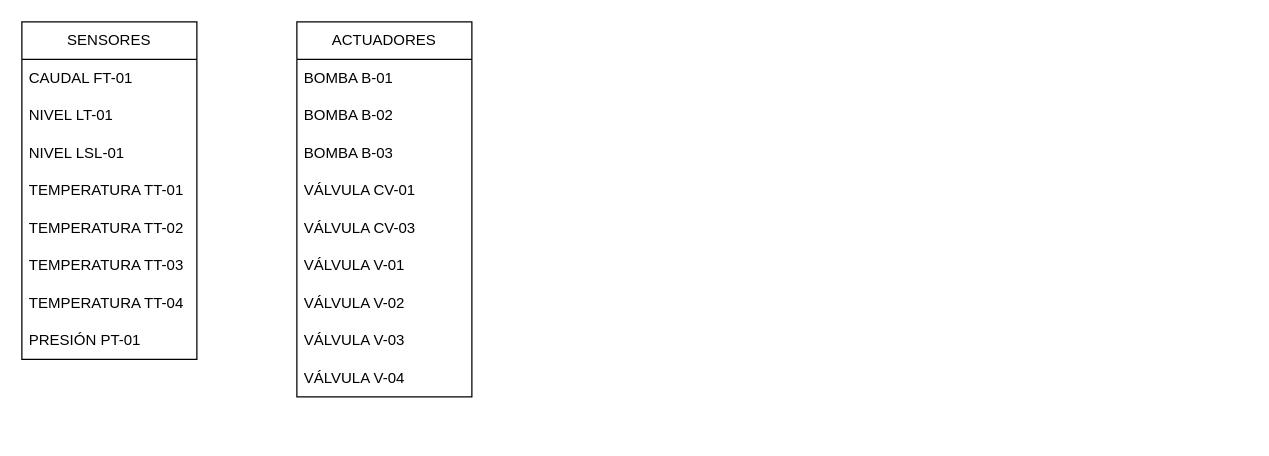
Above: docs/diagrama.drawio in alfigueroa1/22.88-SyA-TPF (draw.io), before the change. Source tidied: cells renumbered, new cells numbered last; positions are measured from the earlier drawing's top-left corner, leaving out a move shared by most shapes. Both pictures are drawn from the tidied source at 125%, with x=0, y=0 at pixel (21, 21).
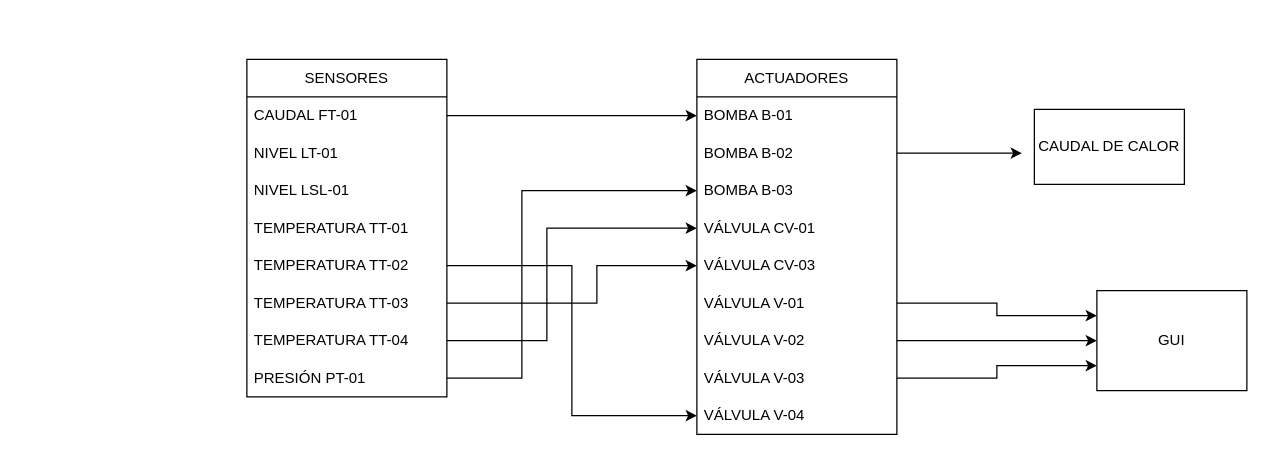
After the change.

Change to the diagram source:
```diff
@@
     <mxCell id="2" value="SENSORES" style="swimlane;fontStyle=0;horizontal=1;startSize=30;whiteSpace=wrap;html=1;" parent="1" vertex="1">
-      <mxGeometry width="140" height="270" as="geometry" />
+      <mxGeometry x="180" y="30" width="160" height="270" as="geometry" />
     </mxCell>
     <mxCell id="3" value="CAUDAL FT-01" style="text;strokeColor=none;fillColor=none;align=left;verticalAlign=middle;spacingLeft=4;spacingRight=4;overflow=hidden;points=[[0,0.5],[1,0.5]];portConstraint=eastwest;whiteSpace=wrap;html=1;" parent="2" vertex="1">
-      <mxGeometry y="30" width="140" height="30" as="geometry" />
+      <mxGeometry y="30" width="160" height="30" as="geometry" />
     </mxCell>
     <mxCell id="4" value="NIVEL LT-01" style="text;strokeColor=none;fillColor=none;align=left;verticalAlign=middle;spacingLeft=4;spacingRight=4;overflow=hidden;whiteSpace=wrap;html=1;" parent="2" vertex="1">
-      <mxGeometry y="60" width="140" height="30" as="geometry" />
+      <mxGeometry y="60" width="160" height="30" as="geometry" />
     </mxCell>
     <mxCell id="5" value="NIVEL LSL-01" style="text;strokeColor=none;fillColor=none;align=left;verticalAlign=middle;spacingLeft=4;spacingRight=4;overflow=hidden;whiteSpace=wrap;html=1;" parent="2" vertex="1">
-      <mxGeometry y="90" width="140" height="30" as="geometry" />
+      <mxGeometry y="90" width="160" height="30" as="geometry" />
     </mxCell>
     <mxCell id="6" value="TEMPERATURA TT-01" style="text;strokeColor=none;fillColor=none;align=left;verticalAlign=middle;spacingLeft=4;spacingRight=4;overflow=hidden;whiteSpace=wrap;html=1;" parent="2" vertex="1">
-      <mxGeometry y="120" width="140" height="30" as="geometry" />
+      <mxGeometry y="120" width="160" height="30" as="geometry" />
     </mxCell>
     <mxCell id="7" value="TEMPERATURA TT-02" style="text;strokeColor=none;fillColor=none;align=left;verticalAlign=middle;spacingLeft=4;spacingRight=4;overflow=hidden;points=[[0,0.5],[1,0.5]];portConstraint=eastwest;whiteSpace=wrap;html=1;" parent="2" vertex="1">
-      <mxGeometry y="150" width="140" height="30" as="geometry" />
+      <mxGeometry y="150" width="160" height="30" as="geometry" />
     </mxCell>
     <mxCell id="8" value="TEMPERATURA TT-03" style="text;strokeColor=none;fillColor=none;align=left;verticalAlign=middle;spacingLeft=4;spacingRight=4;overflow=hidden;points=[[0,0.5],[1,0.5]];portConstraint=eastwest;whiteSpace=wrap;html=1;" parent="2" vertex="1">
-      <mxGeometry y="180" width="140" height="30" as="geometry" />
+      <mxGeometry y="180" width="160" height="30" as="geometry" />
     </mxCell>
     <mxCell id="9" value="TEMPERATURA TT-04" style="text;strokeColor=none;fillColor=none;align=left;verticalAlign=middle;spacingLeft=4;spacingRight=4;overflow=hidden;points=[[0,0.5],[1,0.5]];portConstraint=eastwest;whiteSpace=wrap;html=1;" parent="2" vertex="1">
-      <mxGeometry y="210" width="140" height="30" as="geometry" />
+      <mxGeometry y="210" width="160" height="30" as="geometry" />
     </mxCell>
     <mxCell id="10" value="PRESIÓN PT-01" style="text;strokeColor=none;fillColor=none;align=left;verticalAlign=middle;spacingLeft=4;spacingRight=4;overflow=hidden;points=[[0,0.5],[1,0.5]];portConstraint=eastwest;whiteSpace=wrap;html=1;" parent="2" vertex="1">
-      <mxGeometry y="240" width="140" height="30" as="geometry" />
+      <mxGeometry y="240" width="160" height="30" as="geometry" />
     </mxCell>
     <mxCell id="11" value="ACTUADORES" style="swimlane;fontStyle=0;horizontal=1;startSize=30;whiteSpace=wrap;html=1;" parent="1" vertex="1">
-      <mxGeometry x="220" width="140" height="300" as="geometry" />
+      <mxGeometry x="540" y="30" width="160" height="300" as="geometry" />
     </mxCell>
     <mxCell id="12" value="BOMBA B-01" style="text;strokeColor=none;fillColor=none;align=left;verticalAlign=middle;spacingLeft=4;spacingRight=4;overflow=hidden;points=[[0,0.5],[1,0.5]];portConstraint=eastwest;whiteSpace=wrap;html=1;" parent="11" vertex="1">
-      <mxGeometry y="30" width="140" height="30" as="geometry" />
+      <mxGeometry y="30" width="160" height="30" as="geometry" />
     </mxCell>
+    <mxCell id="21" style="edgeStyle=orthogonalEdgeStyle;rounded=0;jettySize=auto;html=1;" parent="11" edge="1" source="13">
+      <mxGeometry relative="1" as="geometry">
+        <mxPoint x="260" y="75" as="targetPoint" />
+      </mxGeometry>
+    </mxCell>
     <mxCell id="13" value="BOMBA B-02" style="text;strokeColor=none;fillColor=none;align=left;verticalAlign=middle;spacingLeft=4;spacingRight=4;overflow=hidden;points=[[0,0.5],[1,0.5]];portConstraint=eastwest;whiteSpace=wrap;html=1;" parent="11" vertex="1">
-      <mxGeometry y="60" width="140" height="30" as="geometry" />
+      <mxGeometry y="60" width="160" height="30" as="geometry" />
     </mxCell>
     <mxCell id="14" value="BOMBA B-03" style="text;strokeColor=none;fillColor=none;align=left;verticalAlign=middle;spacingLeft=4;spacingRight=4;overflow=hidden;points=[[0,0.5],[1,0.5]];portConstraint=eastwest;whiteSpace=wrap;html=1;" parent="11" vertex="1">
-      <mxGeometry y="90" width="140" height="30" as="geometry" />
+      <mxGeometry y="90" width="160" height="30" as="geometry" />
     </mxCell>
     <mxCell id="15" value="VÁLVULA CV-01" style="text;strokeColor=none;fillColor=none;align=left;verticalAlign=middle;spacingLeft=4;spacingRight=4;overflow=hidden;points=[[0,0.5],[1,0.5]];portConstraint=eastwest;whiteSpace=wrap;html=1;" parent="11" vertex="1">
-      <mxGeometry y="120" width="140" height="30" as="geometry" />
+      <mxGeometry y="120" width="160" height="30" as="geometry" />
     </mxCell>
     <mxCell id="16" value="VÁLVULA CV-03" style="text;strokeColor=none;fillColor=none;align=left;verticalAlign=middle;spacingLeft=4;spacingRight=4;overflow=hidden;points=[[0,0.5],[1,0.5]];portConstraint=eastwest;whiteSpace=wrap;html=1;" parent="11" vertex="1">
-      <mxGeometry y="150" width="140" height="30" as="geometry" />
+      <mxGeometry y="150" width="160" height="30" as="geometry" />
     </mxCell>
     <mxCell id="17" value="VÁLVULA V-01" style="text;strokeColor=none;fillColor=none;align=left;verticalAlign=middle;spacingLeft=4;spacingRight=4;overflow=hidden;points=[[0,0.5],[1,0.5]];portConstraint=eastwest;whiteSpace=wrap;html=1;" parent="11" vertex="1">
-      <mxGeometry y="180" width="140" height="30" as="geometry" />
+      <mxGeometry y="180" width="160" height="30" as="geometry" />
     </mxCell>
     <mxCell id="18" value="VÁLVULA V-02" style="text;strokeColor=none;fillColor=none;align=left;verticalAlign=middle;spacingLeft=4;spacingRight=4;overflow=hidden;points=[[0,0.5],[1,0.5]];portConstraint=eastwest;whiteSpace=wrap;html=1;" parent="11" vertex="1">
-      <mxGeometry y="210" width="140" height="30" as="geometry" />
+      <mxGeometry y="210" width="160" height="30" as="geometry" />
     </mxCell>
     <mxCell id="19" value="VÁLVULA V-03" style="text;strokeColor=none;fillColor=none;align=left;verticalAlign=middle;spacingLeft=4;spacingRight=4;overflow=hidden;points=[[0,0.5],[1,0.5]];portConstraint=eastwest;whiteSpace=wrap;html=1;" parent="11" vertex="1">
-      <mxGeometry y="240" width="140" height="30" as="geometry" />
+      <mxGeometry y="240" width="160" height="30" as="geometry" />
     </mxCell>
     <mxCell id="20" value="VÁLVULA V-04" style="text;strokeColor=none;fillColor=none;align=left;verticalAlign=middle;spacingLeft=4;spacingRight=4;overflow=hidden;points=[[0,0.5],[1,0.5]];portConstraint=eastwest;whiteSpace=wrap;html=1;" parent="11" vertex="1">
-      <mxGeometry y="270" width="140" height="30" as="geometry" />
+      <mxGeometry y="270" width="160" height="30" as="geometry" />
     </mxCell>
+    <mxCell id="22" style="edgeStyle=orthogonalEdgeStyle;rounded=0;jettySize=auto;html=1;exitX=1;exitY=0.5;exitDx=0;exitDy=0;entryX=0;entryY=0.5;entryDx=0;entryDy=0;" parent="1" edge="1" source="8" target="16">
+      <mxGeometry relative="1" as="geometry">
+        <Array as="points">
+          <mxPoint x="460" y="225" />
+          <mxPoint x="460" y="195" />
+        </Array>
+      </mxGeometry>
+    </mxCell>
+    <mxCell id="23" style="edgeStyle=orthogonalEdgeStyle;rounded=0;jettySize=auto;html=1;exitX=1;exitY=0.5;exitDx=0;exitDy=0;entryX=0;entryY=0.5;entryDx=0;entryDy=0;" parent="1" edge="1" source="9" target="15">
+      <mxGeometry relative="1" as="geometry">
+        <Array as="points">
+          <mxPoint x="420" y="255" />
+          <mxPoint x="420" y="165" />
+        </Array>
+      </mxGeometry>
+    </mxCell>
+    <mxCell id="24" style="edgeStyle=orthogonalEdgeStyle;rounded=0;jettySize=auto;html=1;exitX=1;exitY=0.5;exitDx=0;exitDy=0;entryX=0;entryY=0.5;entryDx=0;entryDy=0;" parent="1" edge="1" source="3" target="12">
+      <mxGeometry relative="1" as="geometry" />
+    </mxCell>
+    <mxCell id="25" style="edgeStyle=orthogonalEdgeStyle;rounded=0;jettySize=auto;html=1;exitX=1;exitY=0.5;exitDx=0;exitDy=0;entryX=0;entryY=0.5;entryDx=0;entryDy=0;" parent="1" edge="1" source="7" target="20">
+      <mxGeometry relative="1" as="geometry" />
+    </mxCell>
+    <mxCell id="26" style="edgeStyle=orthogonalEdgeStyle;rounded=0;jettySize=auto;html=1;exitX=1;exitY=0.5;exitDx=0;exitDy=0;entryX=0;entryY=0.5;entryDx=0;entryDy=0;" parent="1" edge="1" source="10" target="14">
+      <mxGeometry relative="1" as="geometry">
+        <Array as="points">
+          <mxPoint x="400" y="285" />
+          <mxPoint x="400" y="135" />
+        </Array>
+      </mxGeometry>
+    </mxCell>
+    <mxCell id="27" value="GUI" style="whiteSpace=wrap;html=1;" parent="1" vertex="1">
+      <mxGeometry x="860" y="215" width="120" height="80" as="geometry" />
+    </mxCell>
+    <mxCell id="28" style="edgeStyle=orthogonalEdgeStyle;rounded=0;jettySize=auto;html=1;exitX=1;exitY=0.5;exitDx=0;exitDy=0;entryX=0;entryY=0.25;entryDx=0;entryDy=0;" parent="1" edge="1" source="17" target="27">
+      <mxGeometry relative="1" as="geometry" />
+    </mxCell>
+    <mxCell id="29" style="edgeStyle=orthogonalEdgeStyle;rounded=0;jettySize=auto;html=1;exitX=1;exitY=0.5;exitDx=0;exitDy=0;entryX=0;entryY=0.5;entryDx=0;entryDy=0;" parent="1" edge="1" source="18" target="27">
+      <mxGeometry relative="1" as="geometry" />
+    </mxCell>
+    <mxCell id="30" style="edgeStyle=orthogonalEdgeStyle;rounded=0;jettySize=auto;html=1;exitX=1;exitY=0.5;exitDx=0;exitDy=0;entryX=0;entryY=0.75;entryDx=0;entryDy=0;" parent="1" edge="1" source="19" target="27">
+      <mxGeometry relative="1" as="geometry" />
+    </mxCell>
+    <mxCell id="31" value="CAUDAL DE CALOR" style="whiteSpace=wrap;html=1;" parent="1" vertex="1">
+      <mxGeometry x="810" y="70" width="120" height="60" as="geometry" />
+    </mxCell>
```
